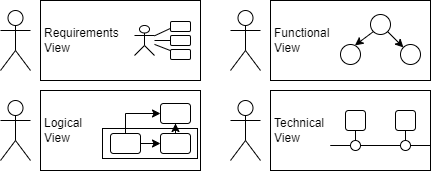
The draw.io diagram 2_Concepts/2_SpesMethodology/images/views_and_viewpoints/views.png in spesml/spesml.github.io, before a commit. Source tidied: cells renumbered, new cells last; positions are measured from the earlier drawing's top-left corner, leaving out a move shared by most shapes.
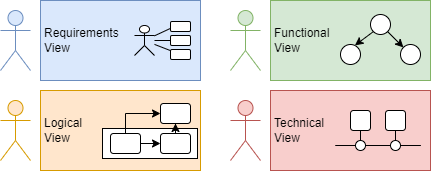
The same file after the commit.

What changed in the source:
```diff
@@ -2,31 +2,31 @@
   <root>
     <mxCell id="0" />
     <mxCell id="1" parent="0" />
-    <mxCell id="2" value="Logical&lt;br&gt;View" style="rounded=0;whiteSpace=wrap;html=1;align=left;spacingLeft=2;" parent="1" vertex="1">
+    <mxCell id="2" value="Logical&lt;br&gt;View" style="rounded=0;whiteSpace=wrap;html=1;align=left;spacingLeft=2;fillColor=#ffe6cc;strokeColor=#d79b00;" parent="1" vertex="1">
       <mxGeometry x="40" y="90" width="160" height="80" as="geometry" />
     </mxCell>
     <mxCell id="3" style="rounded=0;whiteSpace=wrap;html=1;" parent="1" vertex="1">
       <mxGeometry x="102" y="128" width="95" height="30" as="geometry" />
     </mxCell>
-    <mxCell id="4" style="shape=umlActor;verticalLabelPosition=bottom;verticalAlign=top;html=1;" parent="1" vertex="1">
+    <mxCell id="4" style="shape=umlActor;verticalLabelPosition=bottom;verticalAlign=top;html=1;fillColor=#dae8fc;strokeColor=#6c8ebf;" parent="1" vertex="1">
       <mxGeometry y="10" width="30" height="60" as="geometry" />
     </mxCell>
-    <mxCell id="5" style="shape=umlActor;verticalLabelPosition=bottom;verticalAlign=top;html=1;" parent="1" vertex="1">
+    <mxCell id="5" style="shape=umlActor;verticalLabelPosition=bottom;verticalAlign=top;html=1;fillColor=#d5e8d4;strokeColor=#82b366;" parent="1" vertex="1">
       <mxGeometry x="230" y="10" width="30" height="60" as="geometry" />
     </mxCell>
-    <mxCell id="6" style="shape=umlActor;verticalLabelPosition=bottom;verticalAlign=top;html=1;" parent="1" vertex="1">
+    <mxCell id="6" style="shape=umlActor;verticalLabelPosition=bottom;verticalAlign=top;html=1;fillColor=#ffe6cc;strokeColor=#d79b00;" parent="1" vertex="1">
       <mxGeometry y="100" width="30" height="60" as="geometry" />
     </mxCell>
-    <mxCell id="7" style="shape=umlActor;verticalLabelPosition=bottom;verticalAlign=top;html=1;" parent="1" vertex="1">
+    <mxCell id="7" style="shape=umlActor;verticalLabelPosition=bottom;verticalAlign=top;html=1;fillColor=#f8cecc;strokeColor=#b85450;" parent="1" vertex="1">
       <mxGeometry x="230" y="100" width="30" height="60" as="geometry" />
     </mxCell>
-    <mxCell id="8" value="Requirements&lt;br&gt;View" style="rounded=0;whiteSpace=wrap;html=1;align=left;spacingLeft=2;" parent="1" vertex="1">
+    <mxCell id="8" value="Requirements&lt;br&gt;View" style="rounded=0;whiteSpace=wrap;html=1;align=left;spacingLeft=2;fillColor=#dae8fc;strokeColor=#6c8ebf;" parent="1" vertex="1">
       <mxGeometry x="40" width="160" height="80" as="geometry" />
     </mxCell>
-    <mxCell id="9" value="Functional&lt;br&gt;View" style="rounded=0;whiteSpace=wrap;html=1;align=left;spacingLeft=2;" parent="1" vertex="1">
+    <mxCell id="9" value="Functional&lt;br&gt;View" style="rounded=0;whiteSpace=wrap;html=1;align=left;spacingLeft=2;fillColor=#d5e8d4;strokeColor=#82b366;" parent="1" vertex="1">
       <mxGeometry x="270" width="160" height="80" as="geometry" />
     </mxCell>
-    <mxCell id="10" value="Technical&lt;br&gt;View" style="rounded=0;whiteSpace=wrap;html=1;align=left;spacingLeft=2;" parent="1" vertex="1">
+    <mxCell id="10" value="Technical&lt;br&gt;View" style="rounded=0;whiteSpace=wrap;html=1;align=left;spacingLeft=2;fillColor=#f8cecc;strokeColor=#b85450;" parent="1" vertex="1">
       <mxGeometry x="270" y="90" width="160" height="80" as="geometry" />
     </mxCell>
     <mxCell id="11" style="rounded=0;jettySize=auto;html=1;entryX=0.2;entryY=0.5;entryDx=0;entryDy=0;entryPerimeter=0;endArrow=none;endFill=0;" parent="1" edge="1" source="14" target="15">
@@ -87,32 +87,32 @@
       <mxGeometry relative="1" as="geometry" />
     </mxCell>
     <mxCell id="30" style="rounded=1;whiteSpace=wrap;html=1;" parent="1" vertex="1">
-      <mxGeometry x="345" y="110" width="20" height="20" as="geometry" />
+      <mxGeometry x="350" y="110" width="20" height="20" as="geometry" />
     </mxCell>
     <mxCell id="31" style="edgeStyle=orthogonalEdgeStyle;rounded=0;jettySize=auto;html=1;entryX=0.5;entryY=0;entryDx=0;entryDy=0;endArrow=none;endFill=0;" parent="1" edge="1" source="32" target="37">
       <mxGeometry relative="1" as="geometry" />
     </mxCell>
     <mxCell id="32" style="rounded=1;whiteSpace=wrap;html=1;" parent="1" vertex="1">
-      <mxGeometry x="395" y="110" width="20" height="20" as="geometry" />
+      <mxGeometry x="385" y="110" width="20" height="20" as="geometry" />
     </mxCell>
     <mxCell id="33" style="edgeStyle=orthogonalEdgeStyle;rounded=0;jettySize=auto;html=1;entryX=0;entryY=0.5;entryDx=0;entryDy=0;endArrow=none;endFill=0;" parent="1" edge="1" source="35" target="37">
       <mxGeometry relative="1" as="geometry" />
     </mxCell>
     <mxCell id="34" style="edgeStyle=orthogonalEdgeStyle;rounded=0;jettySize=auto;html=1;endArrow=none;endFill=0;" parent="1" edge="1" source="35">
       <mxGeometry relative="1" as="geometry">
-        <mxPoint x="335" y="145" as="targetPoint" />
+        <mxPoint x="340" y="145" as="targetPoint" />
       </mxGeometry>
     </mxCell>
     <mxCell id="35" style="ellipse;whiteSpace=wrap;html=1;" parent="1" vertex="1">
-      <mxGeometry x="350" y="140" width="10" height="10" as="geometry" />
+      <mxGeometry x="355" y="140" width="10" height="10" as="geometry" />
     </mxCell>
     <mxCell id="36" style="edgeStyle=orthogonalEdgeStyle;rounded=0;jettySize=auto;html=1;endArrow=none;endFill=0;" parent="1" edge="1" source="37">
       <mxGeometry relative="1" as="geometry">
-        <mxPoint x="425" y="145" as="targetPoint" />
+        <mxPoint x="420" y="145" as="targetPoint" />
       </mxGeometry>
     </mxCell>
     <mxCell id="37" style="ellipse;whiteSpace=wrap;html=1;" parent="1" vertex="1">
-      <mxGeometry x="400" y="140" width="10" height="10" as="geometry" />
+      <mxGeometry x="390" y="140" width="10" height="10" as="geometry" />
     </mxCell>
   </root>
 </mxGraphModel>
```
